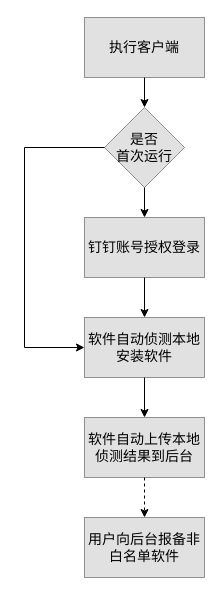
The draw.io diagram page "客户端流程" (3 of 6) of 正版软件管理.drawio in mashifei/uml, before the edit. Source tidied: cells renumbered, new cells numbered last; positions are measured from the earlier drawing's top-left corner, leaving out a move shared by most shapes. Both pictures are drawn from the tidied source at 100%, with x=0, y=0 at pixel (24, 17).
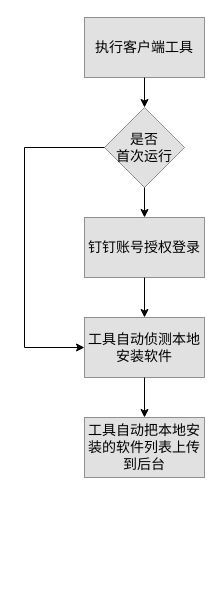
After the change.

Change to the diagram source:
```diff
@@
 <mxGraphModel>
   <root>
     <mxCell id="0" />
     <mxCell id="1" parent="0" />
     <mxCell id="2" style="edgeStyle=orthogonalEdgeStyle;rounded=0;jettySize=auto;html=1;fontSize=14;fontColor=#000000;" parent="1" edge="1" source="3" target="13">
       <mxGeometry relative="1" as="geometry" />
     </mxCell>
-    <mxCell id="3" value="执行客户端" style="rounded=0;whiteSpace=wrap;html=1;shadow=0;sketch=0;strokeColor=#000000;fillColor=#B3B3B3;fontSize=14;fontColor=#000000;opacity=40;align=center;" parent="1" vertex="1">
+    <mxCell id="3" value="执行客户端工具" style="rounded=0;whiteSpace=wrap;html=1;shadow=0;sketch=0;strokeColor=#000000;fillColor=#B3B3B3;fontSize=14;fontColor=#000000;opacity=40;align=center;" parent="1" vertex="1">
       <mxGeometry x="60" width="120" height="60" as="geometry" />
     </mxCell>
     <mxCell id="4" style="edgeStyle=orthogonalEdgeStyle;rounded=0;jettySize=auto;html=1;fontSize=14;fontColor=#000000;entryX=0.5;entryY=0;entryDx=0;entryDy=0;" parent="1" edge="1" source="5" target="7">
       <mxGeometry relative="1" as="geometry" />
     </mxCell>
     <mxCell id="5" value="钉钉账号授权登录" style="rounded=0;whiteSpace=wrap;html=1;shadow=0;sketch=0;strokeColor=#000000;fillColor=#B3B3B3;fontSize=14;fontColor=#000000;opacity=40;align=center;" parent="1" vertex="1">
       <mxGeometry x="60" y="200" width="120" height="60" as="geometry" />
     </mxCell>
     <mxCell id="6" style="edgeStyle=orthogonalEdgeStyle;rounded=0;jettySize=auto;html=1;entryX=0.5;entryY=0;entryDx=0;entryDy=0;fontSize=14;fontColor=#000000;" parent="1" edge="1" source="7" target="9">
       <mxGeometry relative="1" as="geometry" />
     </mxCell>
-    <mxCell id="7" value="软件自动侦测本地安装软件" style="rounded=0;whiteSpace=wrap;html=1;shadow=0;sketch=0;strokeColor=#000000;fillColor=#B3B3B3;fontSize=14;fontColor=#000000;opacity=40;align=center;" parent="1" vertex="1">
+    <mxCell id="7" value="工具自动侦测本地安装软件" style="rounded=0;whiteSpace=wrap;html=1;shadow=0;sketch=0;strokeColor=#000000;fillColor=#B3B3B3;fontSize=14;fontColor=#000000;opacity=40;align=center;" parent="1" vertex="1">
       <mxGeometry x="60" y="300" width="120" height="60" as="geometry" />
     </mxCell>
-    <mxCell id="8" style="edgeStyle=orthogonalEdgeStyle;rounded=0;jettySize=auto;html=1;entryX=0.5;entryY=0;entryDx=0;entryDy=0;fontSize=14;fontColor=#000000;dashed=1;" parent="1" edge="1" source="9" target="10">
-      <mxGeometry relative="1" as="geometry" />
-    </mxCell>
-    <mxCell id="9" value="软件自动上传本地侦测结果到后台" style="rounded=0;whiteSpace=wrap;html=1;shadow=0;sketch=0;strokeColor=#000000;fillColor=#B3B3B3;fontSize=14;fontColor=#000000;opacity=40;align=center;" parent="1" vertex="1">
+    <mxCell id="9" value="工具自动把本地安装的软件列表上传到后台" style="rounded=0;whiteSpace=wrap;html=1;shadow=0;sketch=0;strokeColor=#000000;fillColor=#B3B3B3;fontSize=14;fontColor=#000000;opacity=40;align=center;" parent="1" vertex="1">
       <mxGeometry x="60" y="400" width="120" height="60" as="geometry" />
     </mxCell>
-    <mxCell id="10" value="用户向后台报备非白名单软件" style="rounded=0;whiteSpace=wrap;html=1;shadow=0;sketch=0;strokeColor=#000000;fillColor=#B3B3B3;fontSize=14;fontColor=#000000;opacity=40;align=center;" parent="1" vertex="1">
-      <mxGeometry x="60" y="500" width="120" height="60" as="geometry" />
-    </mxCell>
     <mxCell id="11" style="edgeStyle=orthogonalEdgeStyle;rounded=0;jettySize=auto;html=1;fontSize=14;fontColor=#000000;" parent="1" edge="1" source="13" target="5">
       <mxGeometry relative="1" as="geometry" />
     </mxCell>
     <mxCell id="12" style="edgeStyle=orthogonalEdgeStyle;rounded=0;jettySize=auto;html=1;entryX=0;entryY=0.5;entryDx=0;entryDy=0;fontSize=14;fontColor=#000000;" parent="1" edge="1" source="13" target="7">
       <mxGeometry relative="1" as="geometry">
         <Array as="points">
           <mxPoint y="130" />
           <mxPoint y="330" />
         </Array>
       </mxGeometry>
     </mxCell>
     <mxCell id="13" value="是否&lt;br&gt;首次运行" style="rhombus;whiteSpace=wrap;html=1;rounded=0;shadow=0;sketch=0;strokeColor=#000000;fillColor=#B3B3B3;fontSize=14;fontColor=#000000;opacity=40;align=center;" parent="1" vertex="1">
       <mxGeometry x="80" y="90" width="80" height="80" as="geometry" />
     </mxCell>
   </root>
 </mxGraphModel>
```
